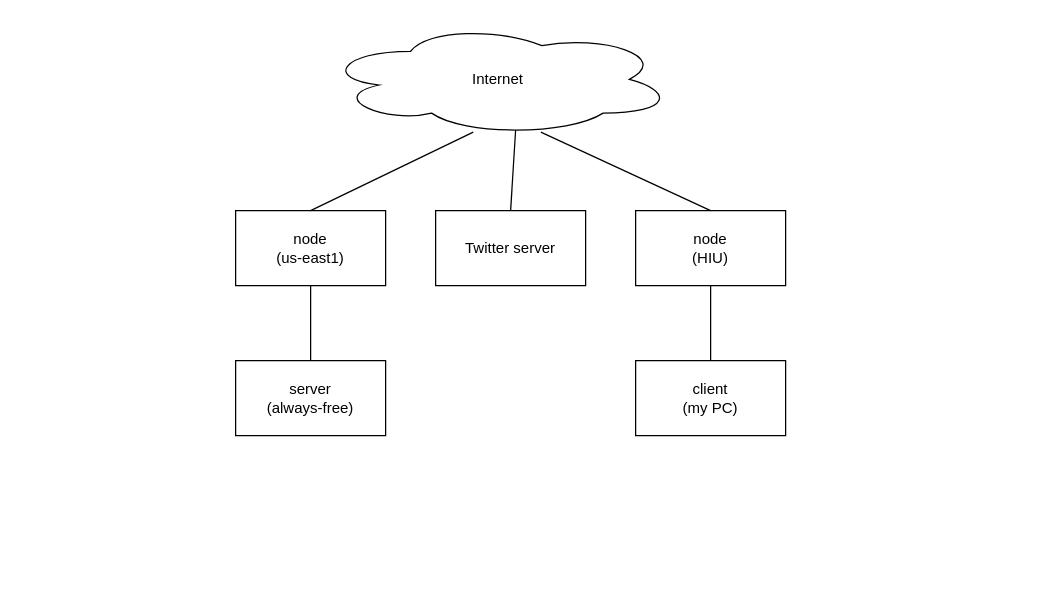
Earlier version of the draw.io diagram slides/l2tp vpn network.drawio (aaaa777/draw.io). Source tidied: cells renumbered, new cells numbered last; positions are measured from the earlier drawing's top-left corner, leaving out a move shared by most shapes. Both pictures are drawn from the tidied source at 125%, with x=0, y=0 at pixel (235, 22).
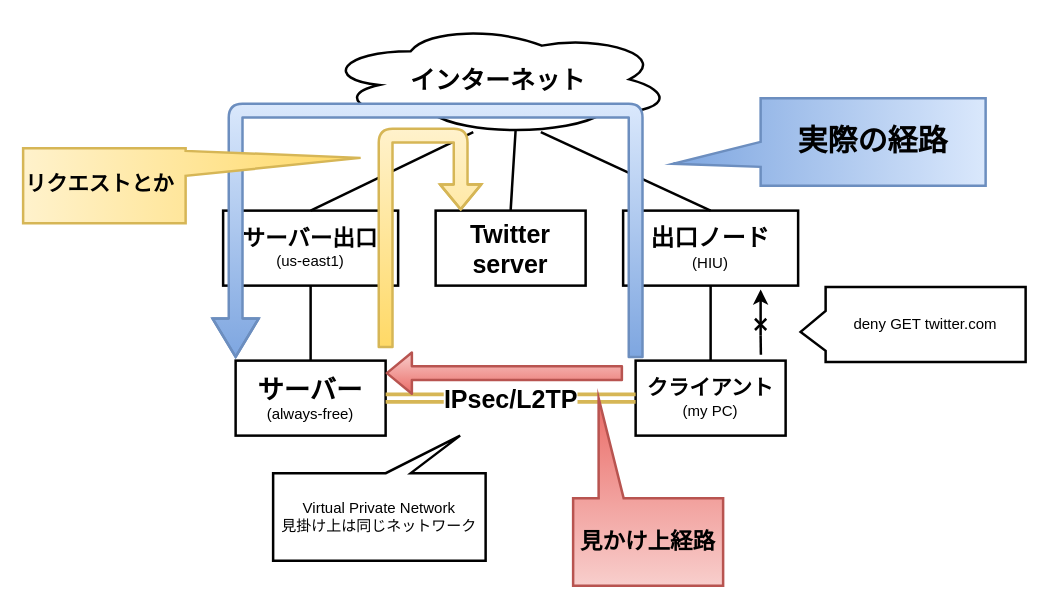
The same diagram, later.

Diff of the diagram source:
```diff
@@
-    <mxCell id="2" value="node&lt;br&gt;(us-east1)" style="rounded=0;whiteSpace=wrap;html=1;" parent="1" vertex="1">
-      <mxGeometry y="150" width="120" height="60" as="geometry" />
+    <mxCell id="2" value="&lt;b&gt;&lt;font style=&quot;font-size: 18px&quot;&gt;サーバー出口&lt;/font&gt;&lt;/b&gt;&lt;br&gt;(us-east1)" style="rounded=0;whiteSpace=wrap;html=1;strokeWidth=2;" parent="1" vertex="1">
+      <mxGeometry x="-10" y="150" width="140" height="60" as="geometry" />
     </mxCell>
-    <mxCell id="3" value="server&lt;br&gt;(always-free)" style="rounded=0;whiteSpace=wrap;html=1;" parent="1" vertex="1">
+    <mxCell id="3" value="&lt;b&gt;&lt;font style=&quot;font-size: 21px&quot;&gt;サーバー&lt;/font&gt;&lt;/b&gt;&lt;br&gt;(always-free)" style="rounded=0;whiteSpace=wrap;html=1;strokeWidth=2;" parent="1" vertex="1">
       <mxGeometry y="270" width="120" height="60" as="geometry" />
     </mxCell>
-    <mxCell id="4" style="endArrow=none;html=1;exitX=0.5;exitY=1;exitDx=0;exitDy=0;entryX=0.5;entryY=0;entryDx=0;entryDy=0;" parent="1" edge="1" source="2" target="3">
+    <mxCell id="4" style="endArrow=none;html=1;exitX=0.5;exitY=1;exitDx=0;exitDy=0;entryX=0.5;entryY=0;entryDx=0;entryDy=0;strokeWidth=2;" parent="1" edge="1" source="2" target="3">
       <mxGeometry relative="1" as="geometry" />
     </mxCell>
-    <mxCell id="5" value="Internet" style="ellipse;shape=cloud;whiteSpace=wrap;html=1;" parent="1" vertex="1">
+    <mxCell id="5" value="&lt;b&gt;&lt;font style=&quot;font-size: 20px&quot;&gt;インターネット&lt;/font&gt;&lt;/b&gt;" style="ellipse;shape=cloud;whiteSpace=wrap;html=1;strokeWidth=2;" parent="1" vertex="1">
       <mxGeometry x="70" width="280" height="90" as="geometry" />
     </mxCell>
+    <mxCell id="7" style="endArrow=none;html=1;entryX=0.429;entryY=0.969;entryDx=0;entryDy=0;entryPerimeter=0;exitX=0.5;exitY=0;exitDx=0;exitDy=0;strokeWidth=2;" parent="1" edge="1" source="2" target="5">
+      <mxGeometry relative="1" as="geometry" />
+    </mxCell>
-    <mxCell id="6" value="node&lt;br&gt;(HIU)" style="rounded=0;whiteSpace=wrap;html=1;" parent="1" vertex="1">
-      <mxGeometry x="320" y="150" width="120" height="60" as="geometry" />
+    <mxCell id="6" value="&lt;b&gt;&lt;font style=&quot;font-size: 19px&quot;&gt;出口ノード&lt;/font&gt;&lt;/b&gt;&lt;br&gt;(HIU)" style="rounded=0;whiteSpace=wrap;html=1;strokeWidth=2;" parent="1" vertex="1">
+      <mxGeometry x="310" y="150" width="140" height="60" as="geometry" />
     </mxCell>
-    <mxCell id="7" style="endArrow=none;html=1;entryX=0.429;entryY=0.969;entryDx=0;entryDy=0;entryPerimeter=0;exitX=0.5;exitY=0;exitDx=0;exitDy=0;" parent="1" edge="1" source="2" target="5">
-      <mxGeometry relative="1" as="geometry" />
-    </mxCell>
-    <mxCell id="8" style="endArrow=none;html=1;entryX=0.622;entryY=0.969;entryDx=0;entryDy=0;entryPerimeter=0;exitX=0.5;exitY=0;exitDx=0;exitDy=0;" parent="1" edge="1" source="6" target="5">
+    <mxCell id="8" style="endArrow=none;html=1;entryX=0.622;entryY=0.969;entryDx=0;entryDy=0;entryPerimeter=0;exitX=0.5;exitY=0;exitDx=0;exitDy=0;strokeWidth=2;" parent="1" edge="1" source="6" target="5">
       <mxGeometry relative="1" as="geometry" />
     </mxCell>
-    <mxCell id="9" value="client&lt;br&gt;(my PC)" style="rounded=0;whiteSpace=wrap;html=1;" parent="1" vertex="1">
+    <mxCell id="9" value="&lt;b&gt;&lt;font style=&quot;font-size: 17px&quot;&gt;クライアント&lt;/font&gt;&lt;/b&gt;&lt;br&gt;(my PC)" style="rounded=0;whiteSpace=wrap;html=1;strokeWidth=2;" parent="1" vertex="1">
       <mxGeometry x="320" y="270" width="120" height="60" as="geometry" />
     </mxCell>
-    <mxCell id="10" style="endArrow=none;html=1;entryX=0.5;entryY=1;entryDx=0;entryDy=0;" parent="1" edge="1" source="9" target="6">
+    <mxCell id="10" style="endArrow=none;html=1;entryX=0.5;entryY=1;entryDx=0;entryDy=0;strokeWidth=2;" parent="1" edge="1" source="9" target="6">
       <mxGeometry relative="1" as="geometry" />
     </mxCell>
-    <mxCell id="11" value="Twitter server" style="rounded=0;whiteSpace=wrap;html=1;" parent="1" vertex="1">
+    <mxCell id="11" value="&lt;b style=&quot;font-size: 20px&quot;&gt;Twitter&lt;br&gt;server&lt;/b&gt;" style="rounded=0;whiteSpace=wrap;html=1;strokeWidth=2;" parent="1" vertex="1">
       <mxGeometry x="160" y="150" width="120" height="60" as="geometry" />
     </mxCell>
-    <mxCell id="12" style="endArrow=none;html=1;entryX=0.5;entryY=0;entryDx=0;entryDy=0;exitX=0.55;exitY=0.95;exitDx=0;exitDy=0;exitPerimeter=0;" parent="1" edge="1" source="5" target="11">
+    <mxCell id="12" style="endArrow=none;html=1;entryX=0.5;entryY=0;entryDx=0;entryDy=0;exitX=0.55;exitY=0.95;exitDx=0;exitDy=0;exitPerimeter=0;strokeWidth=2;" parent="1" edge="1" source="5" target="11">
       <mxGeometry relative="1" as="geometry" />
     </mxCell>
+    <mxCell id="13" style="endArrow=classic;html=1;startArrow=cross;startFill=0;sourcePerimeterSpacing=0;strokeWidth=2;" parent="1" edge="1">
+      <mxGeometry relative="1" as="geometry">
+        <mxPoint x="420" y="250" as="sourcePoint" />
+        <mxPoint x="420" y="213" as="targetPoint" />
+      </mxGeometry>
+    </mxCell>
+    <mxCell id="14" style="curved=1;endArrow=classic;html=1;shape=flexArrow;strokeWidth=2;gradientColor=#7ea6e0;fillColor=#dae8fc;strokeColor=#6c8ebf;endWidth=24;endSize=9.58;" parent="1" edge="1">
+      <mxGeometry relative="1" as="geometry">
+        <mxPoint x="320" y="268" as="sourcePoint" />
+        <mxPoint y="268" as="targetPoint" />
+        <Array as="points">
+          <mxPoint x="320" y="70" />
+          <mxPoint y="70" />
+        </Array>
+      </mxGeometry>
+    </mxCell>
+    <mxCell id="15" value="deny GET twitter.com" style="shape=callout;whiteSpace=wrap;html=1;perimeter=calloutPerimeter;position2=0.6;size=20;position=0.32;flipH=0;flipV=0;direction=south;base=32;strokeWidth=2;" parent="1" vertex="1">
+      <mxGeometry x="452" y="211" width="180" height="60" as="geometry" />
+    </mxCell>
+    <mxCell id="16" value="&lt;b&gt;&lt;font style=&quot;font-size: 20px&quot;&gt;IPsec/L2TP&lt;/font&gt;&lt;/b&gt;" style="endArrow=none;html=1;exitX=1;exitY=0.5;exitDx=0;exitDy=0;entryX=0;entryY=0.5;entryDx=0;entryDy=0;shape=link;strokeWidth=3;gradientColor=#ffd966;fillColor=#fff2cc;strokeColor=#d6b656;shadow=0;" parent="1" edge="1" source="3" target="9">
+      <mxGeometry relative="1" as="geometry" />
+    </mxCell>
+    <mxCell id="17" style="endArrow=none;html=1;shadow=0;sourcePerimeterSpacing=0;strokeWidth=2;exitX=0.835;exitY=-0.079;exitDx=0;exitDy=0;exitPerimeter=0;" parent="1" edge="1" source="9">
+      <mxGeometry relative="1" as="geometry">
+        <mxPoint x="420" y="250" as="targetPoint" />
+      </mxGeometry>
+    </mxCell>
+    <mxCell id="18" value="Virtual Private Network&lt;br&gt;見掛け上は同じネットワーク" style="shape=callout;whiteSpace=wrap;html=1;perimeter=calloutPerimeter;strokeWidth=2;flipH=0;flipV=1;position2=0.88;size=30;position=0.53;" parent="1" vertex="1">
+      <mxGeometry x="30" y="330" width="170" height="100" as="geometry" />
+    </mxCell>
+    <mxCell id="19" style="endArrow=classic;html=1;shadow=0;sourcePerimeterSpacing=0;strokeColor=#b85450;strokeWidth=2;gradientColor=#ea6b66;fillColor=#f8cecc;shape=flexArrow;" parent="1" edge="1">
+      <mxGeometry relative="1" as="geometry">
+        <mxPoint x="310" y="280" as="sourcePoint" />
+        <mxPoint x="120" y="280" as="targetPoint" />
+      </mxGeometry>
+    </mxCell>
+    <mxCell id="20" value="&lt;b&gt;&lt;font style=&quot;font-size: 18px&quot;&gt;見かけ上経路&lt;/font&gt;&lt;/b&gt;" style="shape=callout;whiteSpace=wrap;html=1;perimeter=calloutPerimeter;strokeWidth=2;flipV=1;position2=0.17;size=80;position=0.17;base=20;gradientColor=#ea6b66;fillColor=#f8cecc;strokeColor=#b85450;" parent="1" vertex="1">
+      <mxGeometry x="270" y="300" width="120" height="150" as="geometry" />
+    </mxCell>
+    <mxCell id="21" value="&lt;b&gt;&lt;font style=&quot;font-size: 24px&quot;&gt;実際の経路&lt;/font&gt;&lt;/b&gt;" style="shape=callout;whiteSpace=wrap;html=1;perimeter=calloutPerimeter;strokeWidth=2;direction=south;size=70;position=0.5;position2=0.75;gradientColor=#7ea6e0;fillColor=#dae8fc;strokeColor=#6c8ebf;" parent="1" vertex="1">
+      <mxGeometry x="350" y="60" width="250" height="70" as="geometry" />
+    </mxCell>
+    <mxCell id="22" style="shape=flexArrow;endArrow=classic;html=1;entryX=0.167;entryY=0;entryDx=0;entryDy=0;entryPerimeter=0;fillColor=#fff2cc;strokeColor=#d6b656;gradientColor=#ffd966;strokeWidth=2;" parent="1" edge="1" target="11">
+      <mxGeometry relative="1" as="geometry">
+        <mxPoint x="120" y="260" as="sourcePoint" />
+        <Array as="points">
+          <mxPoint x="120" y="90" />
+          <mxPoint x="180" y="90" />
+        </Array>
+      </mxGeometry>
+    </mxCell>
+    <mxCell id="23" value="&lt;div&gt;&lt;span&gt;リクエストとか&lt;/span&gt;&lt;/div&gt;" style="shape=callout;whiteSpace=wrap;html=1;perimeter=calloutPerimeter;direction=north;size=140;position=0.63;position2=0.87;gradientColor=#ffd966;fillColor=#fff2cc;strokeColor=#d6b656;strokeWidth=2;fontStyle=1;fontSize=17;align=left;" parent="1" vertex="1">
+      <mxGeometry x="-170" y="100" width="270" height="60" as="geometry" />
+    </mxCell>
```
